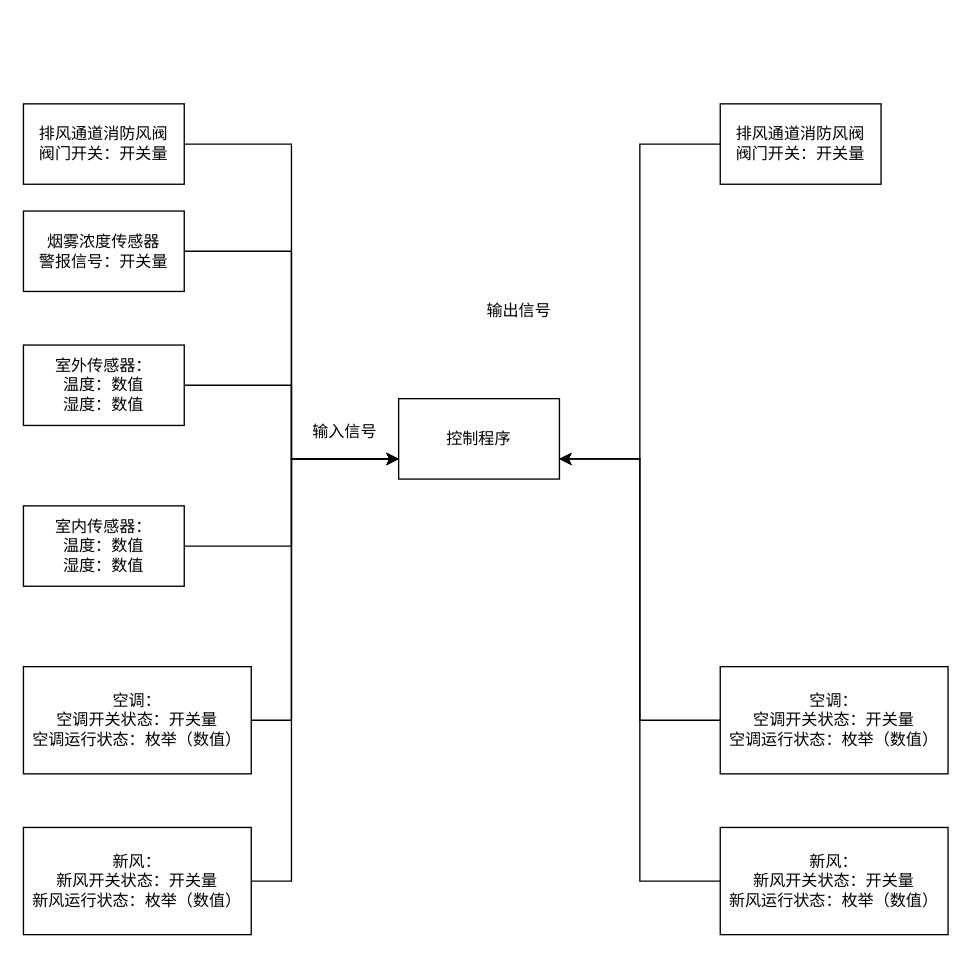
Before: 劳力特新风节能项目PLC设计逻辑.drawio in wenhaoyi/Xdeas, a draw.io diagram. Source tidied: cells renumbered, new cells numbered last; positions are measured from the earlier drawing's top-left corner, leaving out a move shared by most shapes. Both pictures are drawn from the tidied source at 134%, with x=0, y=0 at pixel (23, 103).
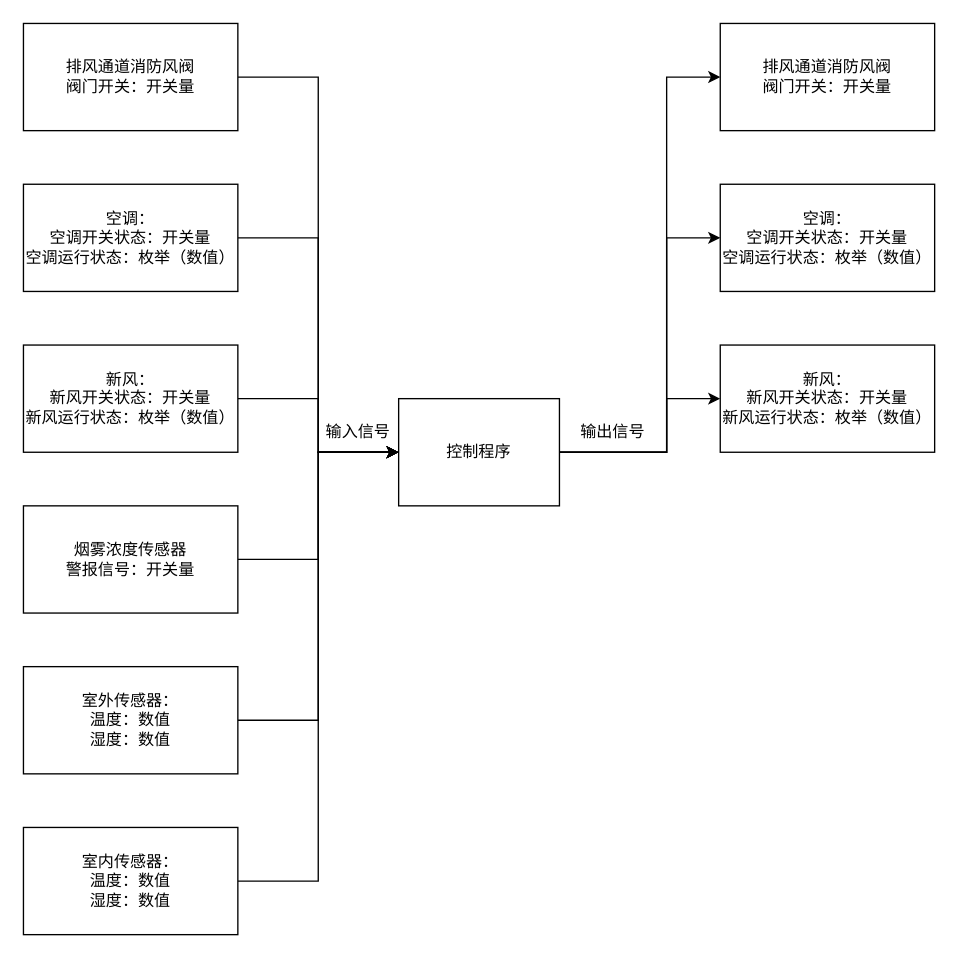
After the change.

Commit message:
Update 劳力特新风节能项目PLC设计逻辑.drawio

Diff of the diagram source:
```diff
@@
     <mxCell id="2" value="输入信号" style="text;html=1;strokeColor=none;fillColor=none;align=center;verticalAlign=middle;whiteSpace=wrap;rounded=0;" parent="1" vertex="1">
-      <mxGeometry x="210" y="230" width="60" height="30" as="geometry" />
+      <mxGeometry x="220" y="230" width="60" height="30" as="geometry" />
     </mxCell>
-    <mxCell id="3" style="edgeStyle=orthogonalEdgeStyle;rounded=0;jettySize=auto;html=1;entryX=0;entryY=0.75;entryDx=0;entryDy=0;" parent="1" edge="1" source="4" target="7">
-      <mxGeometry relative="1" as="geometry" />
-    </mxCell>
+    <mxCell id="23" style="edgeStyle=orthogonalEdgeStyle;rounded=0;jettySize=auto;html=1;" parent="1" edge="1" source="4">
+      <mxGeometry relative="1" as="geometry">
+        <mxPoint x="280" y="260" as="targetPoint" />
+        <Array as="points">
+          <mxPoint x="220" y="460" />
+          <mxPoint x="220" y="260" />
+        </Array>
+      </mxGeometry>
+    </mxCell>
     <mxCell id="4" value="室外传感器：&lt;br&gt;温度：数值&lt;br&gt;湿度：数值" style="rounded=0;whiteSpace=wrap;html=1;" parent="1" vertex="1">
-      <mxGeometry y="180" width="120" height="60" as="geometry" />
+      <mxGeometry y="420" width="160" height="80" as="geometry" />
     </mxCell>
-    <mxCell id="5" style="edgeStyle=orthogonalEdgeStyle;rounded=0;jettySize=auto;html=1;entryX=0;entryY=0.75;entryDx=0;entryDy=0;" parent="1" edge="1" source="6" target="7">
-      <mxGeometry relative="1" as="geometry">
-        <Array as="points">
-          <mxPoint x="200" y="460" />
-          <mxPoint x="200" y="265" />
-        </Array>
-      </mxGeometry>
+    <mxCell id="5" style="edgeStyle=orthogonalEdgeStyle;rounded=0;jettySize=auto;html=1;entryX=0;entryY=0.5;entryDx=0;entryDy=0;" parent="1" edge="1" source="6" target="7">
+      <mxGeometry relative="1" as="geometry" />
     </mxCell>
     <mxCell id="6" value="空调：&lt;br&gt;空调开关状态：开关量&lt;br&gt;空调运行状态：枚举（数值）" style="rounded=0;whiteSpace=wrap;html=1;" parent="1" vertex="1">
-      <mxGeometry y="420" width="170" height="80" as="geometry" />
+      <mxGeometry y="60" width="160" height="80" as="geometry" />
     </mxCell>
-    <mxCell id="7" value="控制程序" style="rounded=0;whiteSpace=wrap;html=1;" parent="1" vertex="1">
-      <mxGeometry x="280" y="220" width="120" height="60" as="geometry" />
-    </mxCell>
-    <mxCell id="8" style="edgeStyle=orthogonalEdgeStyle;rounded=0;jettySize=auto;html=1;entryX=0;entryY=0.75;entryDx=0;entryDy=0;" parent="1" edge="1" source="9" target="7">
-      <mxGeometry relative="1" as="geometry">
-        <Array as="points">
-          <mxPoint x="200" y="580" />
-          <mxPoint x="200" y="265" />
-        </Array>
-      </mxGeometry>
+    <mxCell id="8" style="edgeStyle=orthogonalEdgeStyle;rounded=0;jettySize=auto;html=1;entryX=0;entryY=0.5;entryDx=0;entryDy=0;" parent="1" edge="1" source="9" target="7">
+      <mxGeometry relative="1" as="geometry" />
     </mxCell>
     <mxCell id="9" value="新风：&lt;br&gt;新风开关状态：开关量&lt;br&gt;新风运行状态：枚举（数值）" style="rounded=0;whiteSpace=wrap;html=1;" parent="1" vertex="1">
-      <mxGeometry y="540" width="170" height="80" as="geometry" />
+      <mxGeometry y="180" width="160" height="80" as="geometry" />
     </mxCell>
-    <mxCell id="10" style="edgeStyle=orthogonalEdgeStyle;rounded=0;jettySize=auto;html=1;entryX=0;entryY=0.75;entryDx=0;entryDy=0;" parent="1" edge="1" source="11" target="7">
+    <mxCell id="10" style="edgeStyle=orthogonalEdgeStyle;rounded=0;jettySize=auto;html=1;entryX=0;entryY=0.5;entryDx=0;entryDy=0;" parent="1" edge="1" source="11" target="7">
       <mxGeometry relative="1" as="geometry" />
     </mxCell>
     <mxCell id="11" value="室内传感器：&lt;br&gt;温度：数值&lt;br&gt;湿度：数值" style="rounded=0;whiteSpace=wrap;html=1;" parent="1" vertex="1">
-      <mxGeometry y="300" width="120" height="60" as="geometry" />
+      <mxGeometry y="540" width="160" height="80" as="geometry" />
     </mxCell>
     <mxCell id="12" value="输出信号" style="text;html=1;strokeColor=none;fillColor=none;align=center;verticalAlign=middle;whiteSpace=wrap;rounded=0;" parent="1" vertex="1">
-      <mxGeometry x="340" y="140" width="60" height="30" as="geometry" />
+      <mxGeometry x="410" y="230" width="60" height="30" as="geometry" />
     </mxCell>
-    <mxCell id="13" style="edgeStyle=orthogonalEdgeStyle;rounded=0;jettySize=auto;html=1;entryX=1;entryY=0.75;entryDx=0;entryDy=0;" parent="1" edge="1" source="14" target="7">
-      <mxGeometry relative="1" as="geometry" />
-    </mxCell>
     <mxCell id="14" value="空调：&lt;br&gt;空调开关状态：开关量&lt;br&gt;空调运行状态：枚举（数值）" style="rounded=0;whiteSpace=wrap;html=1;" parent="1" vertex="1">
-      <mxGeometry x="520" y="420" width="170" height="80" as="geometry" />
+      <mxGeometry x="520" y="60" width="160" height="80" as="geometry" />
     </mxCell>
-    <mxCell id="15" style="edgeStyle=orthogonalEdgeStyle;rounded=0;jettySize=auto;html=1;entryX=1;entryY=0.75;entryDx=0;entryDy=0;" parent="1" edge="1" source="16" target="7">
-      <mxGeometry relative="1" as="geometry" />
-    </mxCell>
     <mxCell id="16" value="新风：&lt;br&gt;新风开关状态：开关量&lt;br&gt;新风运行状态：枚举（数值）" style="rounded=0;whiteSpace=wrap;html=1;" parent="1" vertex="1">
-      <mxGeometry x="520" y="540" width="170" height="80" as="geometry" />
+      <mxGeometry x="520" y="180" width="160" height="80" as="geometry" />
     </mxCell>
-    <mxCell id="17" style="edgeStyle=orthogonalEdgeStyle;rounded=0;jettySize=auto;html=1;entryX=0;entryY=0.75;entryDx=0;entryDy=0;" parent="1" edge="1" source="18" target="7">
+    <mxCell id="17" style="edgeStyle=orthogonalEdgeStyle;rounded=0;jettySize=auto;html=1;exitX=1;exitY=0.5;exitDx=0;exitDy=0;entryX=0;entryY=0.5;entryDx=0;entryDy=0;" parent="1" edge="1" source="18" target="7">
       <mxGeometry relative="1" as="geometry" />
     </mxCell>
     <mxCell id="18" value="烟雾浓度传感器&lt;br&gt;警报信号：开关量" style="rounded=0;whiteSpace=wrap;html=1;" parent="1" vertex="1">
-      <mxGeometry y="80" width="120" height="60" as="geometry" />
+      <mxGeometry y="300" width="160" height="80" as="geometry" />
     </mxCell>
-    <mxCell id="19" style="edgeStyle=orthogonalEdgeStyle;rounded=0;jettySize=auto;html=1;entryX=0;entryY=0.75;entryDx=0;entryDy=0;" parent="1" edge="1" source="20" target="7">
+    <mxCell id="19" style="edgeStyle=orthogonalEdgeStyle;rounded=0;jettySize=auto;html=1;entryX=0;entryY=0.5;entryDx=0;entryDy=0;" parent="1" edge="1" source="20" target="7">
       <mxGeometry relative="1" as="geometry" />
     </mxCell>
     <mxCell id="20" value="排风通道消防风阀&lt;br&gt;阀门开关：开关量" style="rounded=0;whiteSpace=wrap;html=1;" parent="1" vertex="1">
-      <mxGeometry width="120" height="60" as="geometry" />
+      <mxGeometry y="-60" width="160" height="80" as="geometry" />
     </mxCell>
-    <mxCell id="21" style="edgeStyle=orthogonalEdgeStyle;rounded=0;jettySize=auto;html=1;entryX=1;entryY=0.75;entryDx=0;entryDy=0;" parent="1" edge="1" source="22" target="7">
-      <mxGeometry relative="1" as="geometry" />
-    </mxCell>
     <mxCell id="22" value="排风通道消防风阀&lt;br&gt;阀门开关：开关量" style="rounded=0;whiteSpace=wrap;html=1;" parent="1" vertex="1">
-      <mxGeometry x="520" width="120" height="60" as="geometry" />
+      <mxGeometry x="520" y="-60" width="160" height="80" as="geometry" />
     </mxCell>
+    <mxCell id="24" style="edgeStyle=orthogonalEdgeStyle;rounded=0;jettySize=auto;html=1;entryX=0;entryY=0.5;entryDx=0;entryDy=0;" parent="1" edge="1" source="7" target="22">
+      <mxGeometry relative="1" as="geometry">
+        <Array as="points">
+          <mxPoint x="480" y="260" />
+          <mxPoint x="480" y="-20" />
+        </Array>
+      </mxGeometry>
+    </mxCell>
+    <mxCell id="25" style="edgeStyle=orthogonalEdgeStyle;rounded=0;jettySize=auto;html=1;entryX=0;entryY=0.5;entryDx=0;entryDy=0;" parent="1" edge="1" source="7" target="14">
+      <mxGeometry relative="1" as="geometry">
+        <Array as="points">
+          <mxPoint x="480" y="260" />
+          <mxPoint x="480" y="100" />
+        </Array>
+      </mxGeometry>
+    </mxCell>
+    <mxCell id="26" style="edgeStyle=orthogonalEdgeStyle;rounded=0;jettySize=auto;html=1;entryX=0;entryY=0.5;entryDx=0;entryDy=0;" parent="1" edge="1" source="7" target="16">
+      <mxGeometry relative="1" as="geometry">
+        <Array as="points">
+          <mxPoint x="480" y="260" />
+          <mxPoint x="480" y="220" />
+        </Array>
+      </mxGeometry>
+    </mxCell>
+    <mxCell id="7" value="控制程序" style="rounded=0;whiteSpace=wrap;html=1;" parent="1" vertex="1">
+      <mxGeometry x="280" y="220" width="120" height="80" as="geometry" />
+    </mxCell>
```
